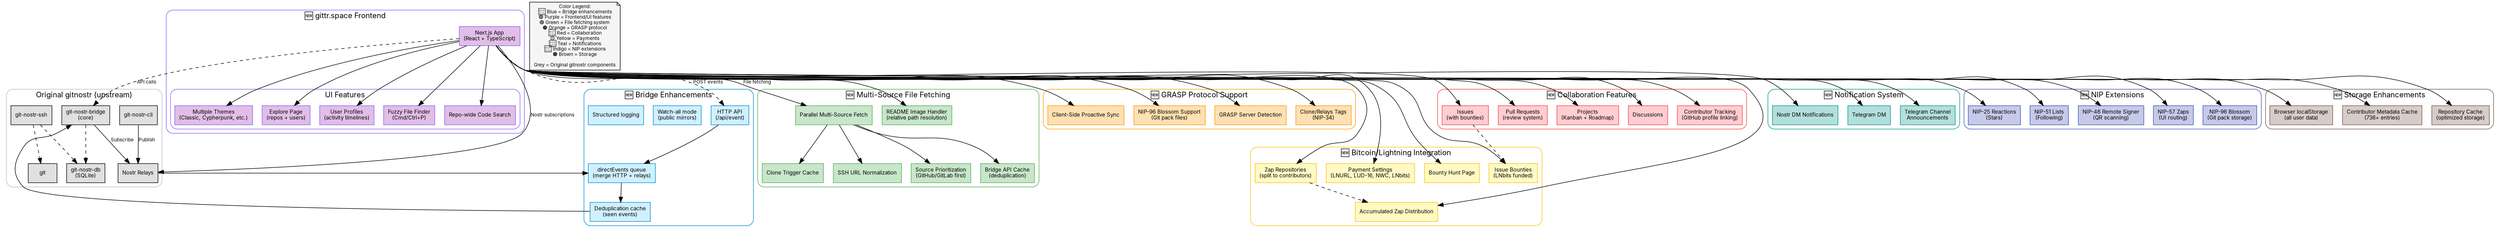
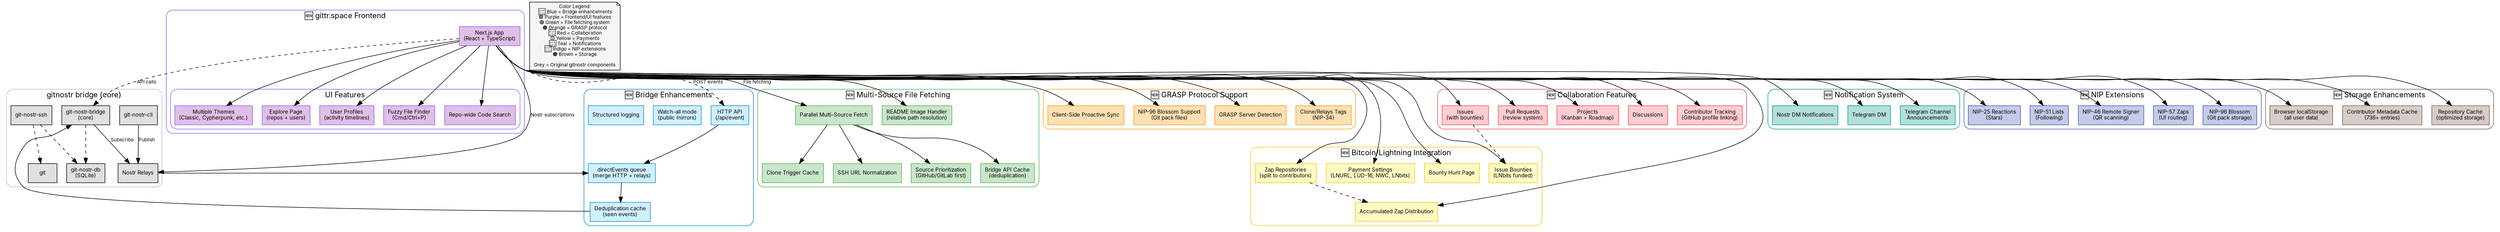
digraph G {
  graph [splines=true, bgcolor="white", fontname="Inter", rankdir=TB];
  node [shape=box, style="rounded", fontname="Inter", fontsize=10];
  edge [fontname="Inter", fontsize=9];

  // Original gitnostr components (grey)
  subgraph cluster_original {
-     label="Original gitnostr (upstream)";
+     label="gitnostr bridge (core)";
    color="#b0bec5";
    style="rounded";

    git [label="git", shape=box, style="filled", fillcolor="#e0e0e0"];
    bridge_core [label="git-nostr-bridge\n(core)", shape=box, style="filled", fillcolor="#e0e0e0"];
    ssh_core [label="git-nostr-ssh", shape=box, style="filled", fillcolor="#e0e0e0"];
    db_core [label="git-nostr-db\n(SQLite)", shape=box, style="filled", fillcolor="#e0e0e0"];
    cli_core [label="git-nostr-cli", shape=box, style="filled", fillcolor="#e0e0e0"];
    relay_core [label="Nostr Relays", shape=box, style="filled", fillcolor="#e0e0e0"];

    bridge_core -> db_core [style=dashed];
    ssh_core -> db_core [style=dashed];
    ssh_core -> git [style=dashed];
    bridge_core -> relay_core [label="Subscribe"];
    cli_core -> relay_core [label="Publish"];
  }

  // gittr.space Bridge Enhancements (blue)
  subgraph cluster_bridge_enhancements {
    label="🆕 Bridge Enhancements";
    color="#0288d1";
    style="rounded";

    http_api [label="HTTP API\n(/api/event)", shape=box, style="filled", fillcolor="#d0f0ff", color="#0288d1"];
    direct_chan [label="directEvents queue\n(merge HTTP + relays)", shape=box, style="filled", fillcolor="#d0f0ff", color="#0288d1"];
    dedupe [label="Deduplication cache\n(seen events)", shape=box, style="filled", fillcolor="#d0f0ff", color="#0288d1"];
    watchall [label="Watch-all mode\n(public mirrors)", shape=box, style="filled", fillcolor="#d0f0ff", color="#0288d1"];
    logging [label="Structured logging", shape=box, style="filled", fillcolor="#d0f0ff", color="#0288d1"];

    http_api -> direct_chan;
    relay_core -> direct_chan;
    direct_chan -> dedupe;
    dedupe -> bridge_core;
  }

  // gittr.space Frontend/UI (purple)
  subgraph cluster_frontend {
    label="🆕 gittr.space Frontend";
    color="#8b5cf6";
    style="rounded";

    nextjs [label="Next.js App\n(React + TypeScript)", shape=box, style="filled", fillcolor="#e1bee7", color="#8b5cf6"];

    subgraph cluster_ui_features {
      label="UI Features";
      color="#8b5cf6";
      style="rounded";

      themes [label="Multiple Themes\n(Classic, Cypherpunk, etc.)", shape=box, style="filled", fillcolor="#e1bee7", color="#8b5cf6"];
      explore [label="Explore Page\n(repos + users)", shape=box, style="filled", fillcolor="#e1bee7", color="#8b5cf6"];
      profiles [label="User Profiles\n(activity timelines)", shape=box, style="filled", fillcolor="#e1bee7", color="#8b5cf6"];
      fuzzy [label="Fuzzy File Finder\n(Cmd/Ctrl+P)", shape=box, style="filled", fillcolor="#e1bee7", color="#8b5cf6"];
      search [label="Repo-wide Code Search", shape=box, style="filled", fillcolor="#e1bee7", color="#8b5cf6"];
    }

    nextjs -> themes;
    nextjs -> explore;
    nextjs -> profiles;
    nextjs -> fuzzy;
    nextjs -> search;
  }

  // File Fetching System (green)
  subgraph cluster_file_fetching {
    label="🆕 Multi-Source File Fetching";
    color="#4caf50";
    style="rounded";

    multi_source [label="Parallel Multi-Source Fetch", shape=box, style="filled", fillcolor="#c8e6c9", color="#4caf50"];
    prioritization [label="Source Prioritization\n(GitHub/GitLab first)", shape=box, style="filled", fillcolor="#c8e6c9", color="#4caf50"];
    bridge_cache [label="Bridge API Cache\n(deduplication)", shape=box, style="filled", fillcolor="#c8e6c9", color="#4caf50"];
    clone_cache [label="Clone Trigger Cache", shape=box, style="filled", fillcolor="#c8e6c9", color="#4caf50"];
    url_norm [label="SSH URL Normalization", shape=box, style="filled", fillcolor="#c8e6c9", color="#4caf50"];
    image_handler [label="README Image Handler\n(relative path resolution)", shape=box, style="filled", fillcolor="#c8e6c9", color="#4caf50"];

    multi_source -> prioritization;
    multi_source -> bridge_cache;
    multi_source -> clone_cache;
    multi_source -> url_norm;
    nextjs -> image_handler;
  }

  // GRASP Protocol (orange)
  subgraph cluster_grasp {
    label="🆕 GRASP Protocol Support";
    color="#ff9800";
    style="rounded";

    grasp_detection [label="GRASP Server Detection", shape=box, style="filled", fillcolor="#ffe0b2", color="#ff9800"];
    clone_tags [label="Clone/Relays Tags\n(NIP-34)", shape=box, style="filled", fillcolor="#ffe0b2", color="#ff9800"];
    proactive_sync [label="Client-Side Proactive Sync", shape=box, style="filled", fillcolor="#ffe0b2", color="#ff9800"];
    blossom [label="NIP-96 Blossom Support\n(Git pack files)", shape=box, style="filled", fillcolor="#ffe0b2", color="#ff9800"];

    nextjs -> grasp_detection;
    nextjs -> clone_tags;
    nextjs -> proactive_sync;
    nextjs -> blossom;
  }

  // Collaboration Features (red)
  subgraph cluster_collaboration {
    label="🆕 Collaboration Features";
    color="#f44336";
    style="rounded";

    issues [label="Issues\n(with bounties)", shape=box, style="filled", fillcolor="#ffcdd2", color="#f44336"];
    prs [label="Pull Requests\n(review system)", shape=box, style="filled", fillcolor="#ffcdd2", color="#f44336"];
    projects [label="Projects\n(Kanban + Roadmap)", shape=box, style="filled", fillcolor="#ffcdd2", color="#f44336"];
    discussions [label="Discussions", shape=box, style="filled", fillcolor="#ffcdd2", color="#f44336"];
    contributors [label="Contributor Tracking\n(GitHub profile linking)", shape=box, style="filled", fillcolor="#ffcdd2", color="#f44336"];

    nextjs -> issues;
    nextjs -> prs;
    nextjs -> projects;
    nextjs -> discussions;
    nextjs -> contributors;
  }

  // Payment Integration (yellow)
  subgraph cluster_payments {
    label="🆕 Bitcoin/Lightning Integration";
    color="#ffc107";
    style="rounded";

    zaps [label="Zap Repositories\n(split to contributors)", shape=box, style="filled", fillcolor="#fff9c4", color="#ffc107"];
    bounties [label="Issue Bounties\n(LNbits funded)", shape=box, style="filled", fillcolor="#fff9c4", color="#ffc107"];
    zap_dist [label="Accumulated Zap Distribution", shape=box, style="filled", fillcolor="#fff9c4", color="#ffc107"];
    payment_config [label="Payment Settings\n(LNURL, LUD-16, NWC, LNbits)", shape=box, style="filled", fillcolor="#fff9c4", color="#ffc107"];
    bounty_hunt [label="Bounty Hunt Page", shape=box, style="filled", fillcolor="#fff9c4", color="#ffc107"];

    nextjs -> zaps;
    nextjs -> bounties;
    nextjs -> zap_dist;
    nextjs -> payment_config;
    nextjs -> bounty_hunt;
  }

  // Notifications (teal)
  subgraph cluster_notifications {
    label="🆕 Notification System";
    color="#009688";
    style="rounded";

    nostr_dm [label="Nostr DM Notifications", shape=box, style="filled", fillcolor="#b2dfdb", color="#009688"];
    telegram_dm [label="Telegram DM", shape=box, style="filled", fillcolor="#b2dfdb", color="#009688"];
    telegram_chan [label="Telegram Channel\nAnnouncements", shape=box, style="filled", fillcolor="#b2dfdb", color="#009688"];

    nextjs -> nostr_dm;
    nextjs -> telegram_dm;
    nextjs -> telegram_chan;
  }

  // NIP Extensions (indigo)
  subgraph cluster_nips {
    label="🆕 NIP Extensions";
    color="#3f51b5";
    style="rounded";

    nip25 [label="NIP-25 Reactions\n(Stars)", shape=box, style="filled", fillcolor="#c5cae9", color="#3f51b5"];
    nip51 [label="NIP-51 Lists\n(Following)", shape=box, style="filled", fillcolor="#c5cae9", color="#3f51b5"];
    nip46 [label="NIP-46 Remote Signer\n(QR scanning)", shape=box, style="filled", fillcolor="#c5cae9", color="#3f51b5"];
    nip57 [label="NIP-57 Zaps\n(UI routing)", shape=box, style="filled", fillcolor="#c5cae9", color="#3f51b5"];
    nip96 [label="NIP-96 Blossom\n(Git pack storage)", shape=box, style="filled", fillcolor="#c5cae9", color="#3f51b5"];

    nextjs -> nip25;
    nextjs -> nip51;
    nextjs -> nip46;
    nextjs -> nip57;
    nextjs -> nip96;
  }

  // Storage & Data (brown)
  subgraph cluster_storage {
    label="🆕 Storage Enhancements";
    color="#795548";
    style="rounded";

    localstorage [label="Browser localStorage\n(all user data)", shape=box, style="filled", fillcolor="#d7ccc8", color="#795548"];
    metadata_cache [label="Contributor Metadata Cache\n(736+ entries)", shape=box, style="filled", fillcolor="#d7ccc8", color="#795548"];
    repo_cache [label="Repository Cache\n(optimized storage)", shape=box, style="filled", fillcolor="#d7ccc8", color="#795548"];

    nextjs -> localstorage;
    nextjs -> metadata_cache;
    nextjs -> repo_cache;
  }

  // Connections
  nextjs -> http_api [label="POST events", style=dashed];
  nextjs -> multi_source [label="File fetching"];
  nextjs -> bridge_core [label="API calls", style=dashed];
  nextjs -> relay_core [label="Nostr subscriptions"];

  issues -> bounties [style=dashed];
  zaps -> zap_dist [style=dashed];

  // Legend
  legend [shape=note, label="Color Legend:\n🔵 Blue = Bridge enhancements\n🟣 Purple = Frontend/UI features\n🟢 Green = File fetching system\n🟠 Orange = GRASP protocol\n🔴 Red = Collaboration\n🟡 Yellow = Payments\n🔵 Teal = Notifications\n🔵 Indigo = NIP extensions\n🟤 Brown = Storage\n\nGrey = Original gitnostr components", fontsize=9, style="filled", fillcolor="#f5f5f5"];
}

